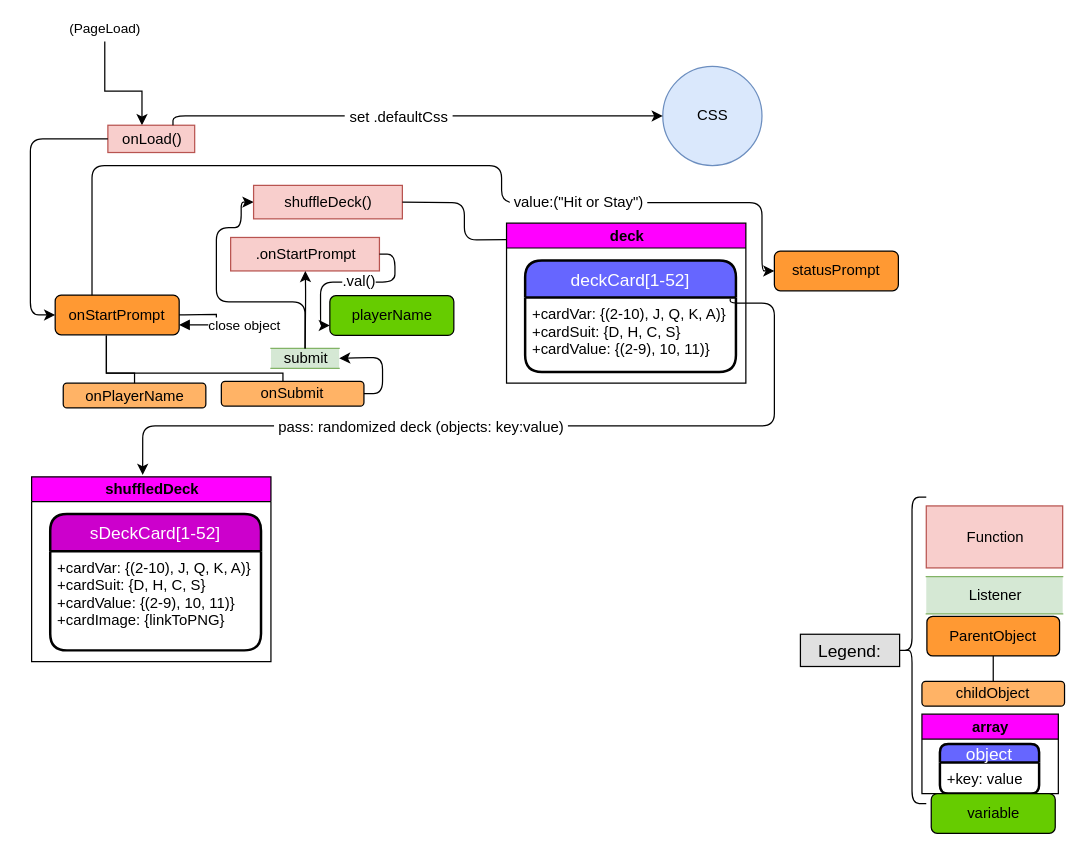
Before: page "jsControlFlow" (1 of 2) of project/Ga-Project1-WireFrames.drawio in sageguy09/ga-project1-blackjack, a draw.io diagram. Source tidied: cells renumbered, new cells numbered last; positions are measured from the earlier drawing's top-left corner, leaving out a move shared by most shapes. Both pictures are drawn from the tidied source at 124%, with x=0, y=0 at pixel (30, 29).
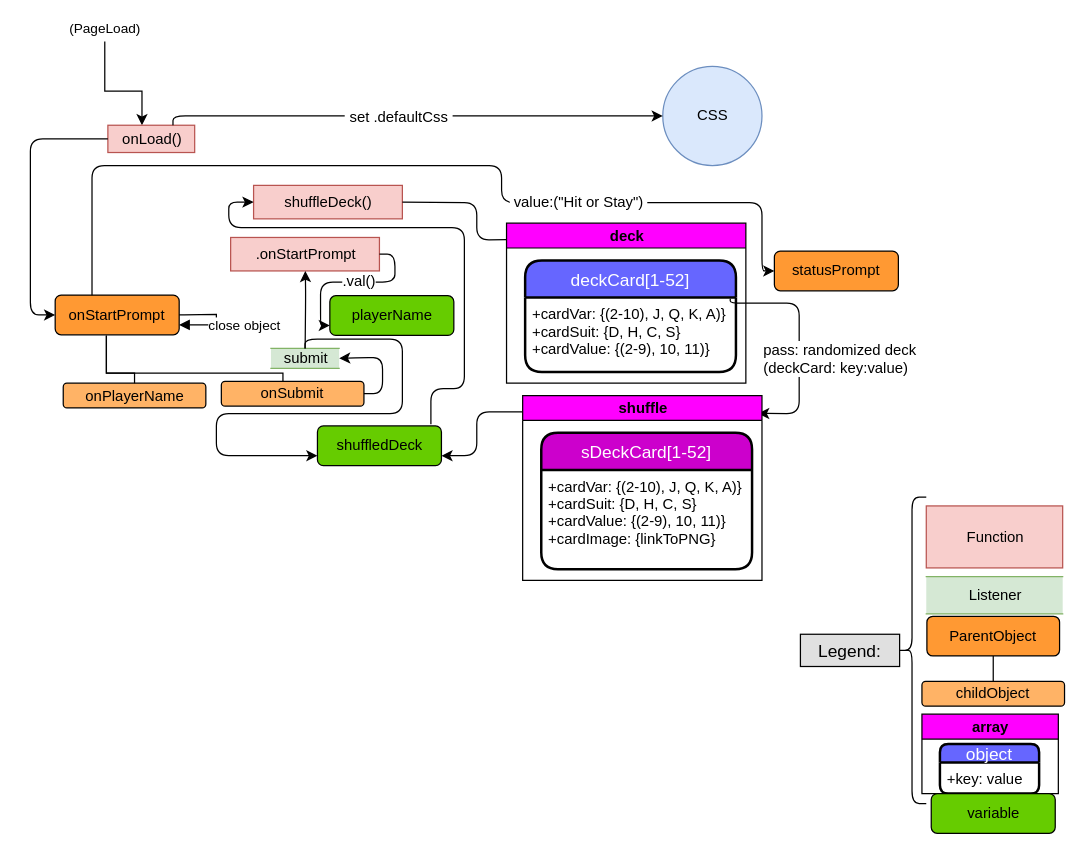
The same diagram, later.

Commit message (it also covers changes not shown here):
successfully completed onStartPrompt functions. Updated jsControlFlow to reflect code

The change refers to these unchanged cells:
```xml
<mxCell id="16" value="deck" style="swimlane;html=1;startSize=20;horizontal=1;containerType=tree;fillColor=#FF00FF;" parent="1" vertex="1">
  <mxGeometry x="384" y="156.5" width="193" height="129" as="geometry" />
</mxCell>
<mxCell id="18" value="+cardVar: {(2-10), J, Q, K, A)}&#10;+cardSuit: {D, H, C, S}&#10;+cardValue: {(2-9), 10, 11)}" style="align=left;strokeColor=none;fillColor=none;spacingLeft=4;fontSize=12;verticalAlign=top;" parent="17" vertex="1">
  <mxGeometry y="30" width="170" height="60" as="geometry" />
</mxCell>
<mxCell id="22" value="submit" style="html=1;dashed=0;whitespace=wrap;shape=partialRectangle;right=0;left=0;fillColor=#d5e8d4;strokeColor=#82b366;" parent="1" vertex="1">
  <mxGeometry x="194" y="257.5" width="55" height="16" as="geometry" />
</mxCell>
<mxCell id="28" value="shuffleDeck()" style="html=1;dashed=0;whitespace=wrap;fillColor=#f8cecc;strokeColor=#b85450;" parent="1" vertex="1">
  <mxGeometry x="180" y="126" width="120" height="27" as="geometry" />
</mxCell>
```

What changed in the source:
```diff
@@
-    <mxCell id="27" style="edgeStyle=orthogonalEdgeStyle;endArrow=classic;html=1;elbow=vertical;entryX=0;entryY=0.5;entryDx=0;entryDy=0;exitX=0.5;exitY=0;exitDx=0;exitDy=0;" parent="1" edge="1" source="22" target="28">
+    <mxCell id="27" style="edgeStyle=orthogonalEdgeStyle;endArrow=classic;html=1;elbow=vertical;entryX=0;entryY=0.75;entryDx=0;entryDy=0;exitX=0.5;exitY=0;exitDx=0;exitDy=0;" parent="1" edge="1" source="22" target="46">
       <mxGeometry relative="1" as="geometry">
         <Array as="points">
-          <mxPoint x="222" y="220" />
-          <mxPoint x="150" y="220" />
-          <mxPoint x="150" y="160" />
-          <mxPoint x="170" y="160" />
-          <mxPoint x="170" y="140" />
+          <mxPoint x="221" y="250" />
+          <mxPoint x="300" y="250" />
+          <mxPoint x="300" y="310" />
+          <mxPoint x="150" y="310" />
+          <mxPoint x="150" y="344" />
         </Array>
       </mxGeometry>
     </mxCell>
@@
-    <mxCell id="29" style="edgeStyle=orthogonalEdgeStyle;endArrow=classic;html=1;elbow=vertical;exitX=0.973;exitY=0.015;exitDx=0;exitDy=0;entryX=0.464;entryY=-0.01;entryDx=0;entryDy=0;entryPerimeter=0;exitPerimeter=0;" parent="1" edge="1" source="18" target="31">
+    <mxCell id="29" style="edgeStyle=orthogonalEdgeStyle;endArrow=classic;html=1;elbow=vertical;exitX=0.973;exitY=0.015;exitDx=0;exitDy=0;exitPerimeter=0;entryX=0.984;entryY=0.097;entryDx=0;entryDy=0;entryPerimeter=0;" parent="1" edge="1" source="18" target="31">
       <mxGeometry relative="1" as="geometry">
         <Array as="points">
-          <mxPoint x="564" y="221" />
-          <mxPoint x="600" y="221" />
-          <mxPoint x="600" y="320" />
-          <mxPoint x="91" y="320" />
+          <mxPoint x="565" y="221" />
+          <mxPoint x="620" y="221" />
+          <mxPoint x="620" y="310" />
         </Array>
       </mxGeometry>
     </mxCell>
-    <mxCell id="30" value="&amp;nbsp;pass: randomized deck (objects: key:value)&amp;nbsp;" style="text;html=1;align=center;verticalAlign=middle;labelBackgroundColor=#ffffff;" parent="29" vertex="1">
+    <mxCell id="30" value="&amp;nbsp;pass: randomized deck &lt;br&gt;(deckCard: key:value)&amp;nbsp;" style="text;html=1;align=center;verticalAlign=middle;labelBackgroundColor=#ffffff;" parent="29" vertex="1">
       <mxGeometry x="0.23" y="4" relative="1" as="geometry">
-        <mxPoint x="-0.5" y="-4" as="offset" />
+        <mxPoint x="26.5" y="-7.5" as="offset" />
       </mxGeometry>
     </mxCell>
-    <mxCell id="31" value="shuffledDeck" style="swimlane;html=1;startSize=20;horizontal=1;containerType=tree;fillColor=#FF00FF;" parent="1" vertex="1">
-      <mxGeometry x="1" y="361" width="193" height="149" as="geometry" />
+    <mxCell id="31" value="shuffle" style="swimlane;html=1;startSize=20;horizontal=1;containerType=tree;fillColor=#FF00FF;" parent="1" vertex="1">
+      <mxGeometry x="397" y="295.5" width="193" height="149" as="geometry" />
     </mxCell>
@@
     <mxCell id="45" style="endArrow=none;html=1;exitX=1;exitY=0.5;exitDx=0;exitDy=0;entryX=-0.001;entryY=0.103;entryDx=0;entryDy=0;entryPerimeter=0;" parent="1" edge="1" source="28" target="16">
       <mxGeometry relative="1" as="geometry">
         <Array as="points">
-          <mxPoint x="350" y="140" />
-          <mxPoint x="350" y="170" />
+          <mxPoint x="360" y="140" />
+          <mxPoint x="360" y="170" />
         </Array>
       </mxGeometry>
     </mxCell>
+    <mxCell id="46" value="shuffledDeck" style="rounded=1;whiteSpace=wrap;html=1;fillColor=#66CC00;" parent="1" vertex="1">
+      <mxGeometry x="231.5" y="320" width="100" height="32" as="geometry" />
+    </mxCell>
+    <mxCell id="47" style="edgeStyle=orthogonalEdgeStyle;endArrow=classic;html=1;elbow=vertical;exitX=-0.002;exitY=0.088;exitDx=0;exitDy=0;exitPerimeter=0;entryX=1;entryY=0.75;entryDx=0;entryDy=0;" parent="1" edge="1" source="31" target="46">
+      <mxGeometry relative="1" as="geometry">
+        <Array as="points">
+          <mxPoint x="360" y="309" />
+          <mxPoint x="360" y="344" />
+        </Array>
+      </mxGeometry>
+    </mxCell>
+    <mxCell id="48" style="edgeStyle=orthogonalEdgeStyle;endArrow=classic;html=1;elbow=vertical;exitX=0.915;exitY=-0.042;exitDx=0;exitDy=0;exitPerimeter=0;entryX=0;entryY=0.5;entryDx=0;entryDy=0;" parent="1" edge="1" source="46" target="28">
+      <mxGeometry relative="1" as="geometry">
+        <Array as="points">
+          <mxPoint x="323" y="290" />
+          <mxPoint x="350" y="290" />
+          <mxPoint x="350" y="160" />
+          <mxPoint x="160" y="160" />
+          <mxPoint x="160" y="140" />
+        </Array>
+      </mxGeometry>
+    </mxCell>
```
